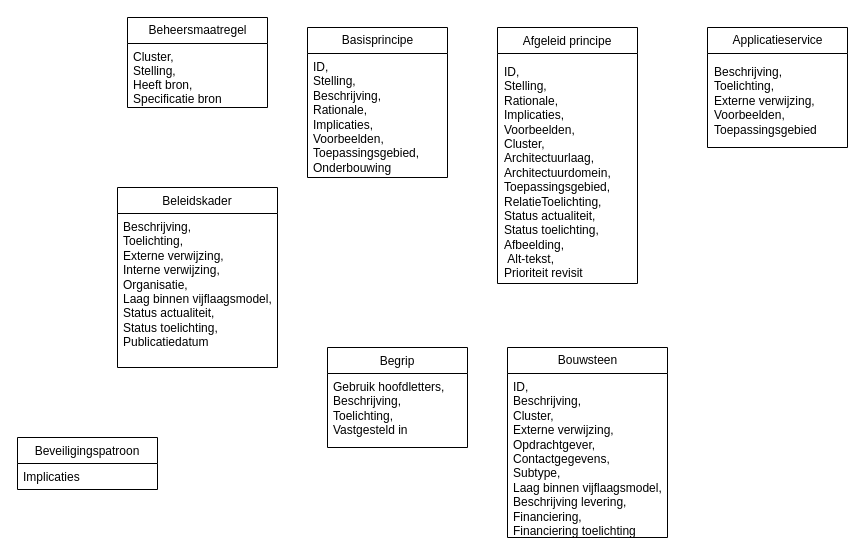
Above: NORMA2020.drawio in djoris/nora (draw.io), before the change. Source tidied: cells renumbered, new cells numbered last; positions are measured from the earlier drawing's top-left corner, leaving out a move shared by most shapes. Both pictures are drawn from the tidied source at 100%, with x=0, y=0 at pixel (17, 17).
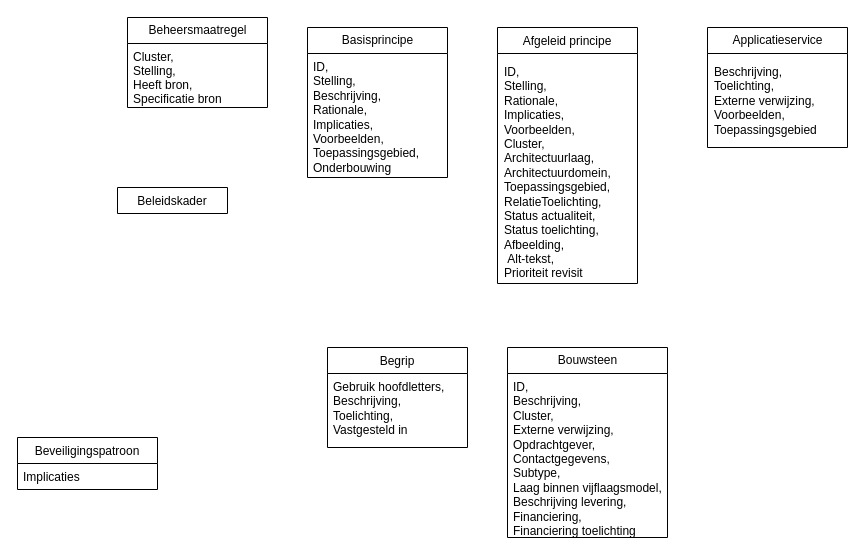
The same diagram, later.

Commit message:
test minimaliseren Beleidskader

Diff of the diagram source:
```diff
@@
 <mxGraphModel background="#ffffff">
   <root>
     <mxCell id="0" />
     <mxCell id="1" parent="0" />
     <mxCell id="2" value="Afgeleid principe" style="swimlane;fontStyle=0;horizontal=1;startSize=26;fillColor=none;" parent="1" vertex="1">
       <mxGeometry x="480" y="10" width="140" height="256" as="geometry" />
     </mxCell>
     <mxCell id="3" value="ID, &#10;Stelling, &#10;Rationale, &#10;Implicaties, &#10;Voorbeelden, &#10;Cluster, &#10;Architectuurlaag, &#10;Architectuurdomein, &#10;Toepassingsgebied, &#10;RelatieToelichting, &#10;Status actualiteit, &#10;Status toelichting, &#10;Afbeelding,&#10; Alt-tekst, &#10;Prioriteit revisit" style="text;whiteSpace=wrap;spacing=7;absoluteArcSize=0;" parent="2" vertex="1">
       <mxGeometry y="26" width="140" height="230" as="geometry" />
     </mxCell>
     <mxCell id="4" value="Applicatieservice" style="swimlane;fontStyle=0;horizontal=1;startSize=26;fillColor=none;html=1;" parent="1" vertex="1">
       <mxGeometry x="690" y="10" width="140" height="120" as="geometry" />
     </mxCell>
     <mxCell id="5" value="Beschrijving, &lt;br&gt;Toelichting, &lt;br&gt;Externe verwijzing, &lt;br&gt;Voorbeelden, &lt;br&gt;Toepassingsgebied" style="text;strokeColor=none;fillColor=none;align=left;verticalAlign=top;overflow=hidden;html=1;spacing=7;" parent="4" vertex="1">
       <mxGeometry y="26" width="140" height="94" as="geometry" />
     </mxCell>
     <mxCell id="6" value="Basisprincipe" style="swimlane;fontStyle=0;horizontal=1;startSize=26;fillColor=none;html=1;" parent="1" vertex="1">
       <mxGeometry x="290" y="10" width="140" height="150" as="geometry" />
     </mxCell>
     <mxCell id="7" value="ID,&amp;nbsp;&lt;br&gt;Stelling,&amp;nbsp;&lt;br&gt;Beschrijving,&amp;nbsp;&lt;br&gt;Rationale,&lt;br&gt;Implicaties,&amp;nbsp;&lt;br&gt;Voorbeelden,&amp;nbsp;&lt;br&gt;Toepassingsgebied,&amp;nbsp;&lt;br&gt;Onderbouwing" style="text;strokeColor=none;fillColor=none;align=left;verticalAlign=top;spacingLeft=4;spacingRight=4;overflow=hidden;fontColor=#000000;html=1;" parent="6" vertex="1">
       <mxGeometry y="26" width="140" height="124" as="geometry" />
     </mxCell>
     <mxCell id="8" value="Begrip" style="swimlane;fontStyle=0;horizontal=1;startSize=26;" parent="1" vertex="1">
       <mxGeometry x="310" y="330" width="140" height="100" as="geometry" />
     </mxCell>
     <mxCell id="9" value="Gebruik hoofdletters,&amp;nbsp;&lt;br&gt;Beschrijving,&amp;nbsp;&lt;br&gt;Toelichting,&amp;nbsp;&lt;br&gt;Vastgesteld in" style="text;strokeColor=none;fillColor=none;align=left;verticalAlign=top;spacingLeft=4;spacingRight=4;overflow=hidden;html=1;" parent="8" vertex="1">
       <mxGeometry y="26" width="140" height="74" as="geometry" />
     </mxCell>
     <mxCell id="10" value="Beheersmaatregel" style="swimlane;fontStyle=0;horizontal=1;startSize=26;fillColor=none;html=1;" parent="1" vertex="1">
       <mxGeometry x="110" width="140" height="90" as="geometry" />
     </mxCell>
     <mxCell id="11" value="Cluster,&#10;Stelling,&#10;Heeft bron,&#10;Specificatie bron" style="text;strokeColor=none;fillColor=none;align=left;verticalAlign=top;spacingLeft=4;spacingRight=4;overflow=hidden;" parent="10" vertex="1">
       <mxGeometry y="26" width="140" height="64" as="geometry" />
     </mxCell>
-    <mxCell id="12" value="Beleidskader" style="swimlane;fontStyle=0;horizontal=1;startSize=26;fillColor=none;" parent="1" vertex="1">
-      <mxGeometry x="100" y="170" width="160" height="180" as="geometry" />
+    <mxCell id="12" value="Beleidskader" style="swimlane;fontStyle=0;horizontal=1;startSize=26;fillColor=none;" parent="1" vertex="1" collapsed="1">
+      <mxGeometry x="100" y="170" width="110" height="26" as="geometry" />
     </mxCell>
-    <mxCell id="13" value="Beschrijving,&lt;br&gt;Toelichting,&lt;br&gt;Externe verwijzing,&lt;br&gt;Interne verwijzing,&amp;nbsp;&lt;br&gt;Organisatie,&amp;nbsp;&lt;br&gt;Laag binnen vijflaagsmodel,&amp;nbsp;&lt;br&gt;Status actualiteit,&amp;nbsp;&lt;br&gt;Status toelichting,&amp;nbsp;&lt;br&gt;Publicatiedatum" style="text;strokeColor=none;fillColor=none;align=left;verticalAlign=top;spacingLeft=4;spacingRight=4;overflow=hidden;html=1;" parent="12" vertex="1">
-      <mxGeometry y="26" width="160" height="154" as="geometry" />
-    </mxCell>
     <mxCell id="14" value="Beveiligingspatroon" style="swimlane;fontStyle=0;horizontal=1;startSize=26;fillColor=none;" parent="1" vertex="1">
       <mxGeometry y="420" width="140" height="52" as="geometry" />
     </mxCell>
     <mxCell id="15" value="Implicaties" style="text;strokeColor=none;fillColor=none;align=left;verticalAlign=top;spacingLeft=4;spacingRight=4;overflow=hidden;html=1;" parent="14" vertex="1">
       <mxGeometry y="26" width="140" height="26" as="geometry" />
     </mxCell>
     <mxCell id="16" value="Bouwsteen" style="swimlane;fontStyle=0;horizontal=1;startSize=26;fillColor=none;html=1;" parent="1" vertex="1">
       <mxGeometry x="490" y="330" width="160" height="190" as="geometry" />
     </mxCell>
     <mxCell id="17" value="ID,&amp;nbsp;&lt;br&gt;Beschrijving,&amp;nbsp;&lt;br&gt;Cluster,&amp;nbsp;&lt;br&gt;Externe verwijzing,&amp;nbsp;&lt;br&gt;Opdrachtgever,&amp;nbsp;&lt;br&gt;Contactgegevens,&amp;nbsp;&lt;br&gt;Subtype,&amp;nbsp;&lt;br&gt;Laag binnen vijflaagsmodel,&amp;nbsp;&lt;br&gt;Beschrijving levering,&amp;nbsp;&lt;br&gt;Financiering,&amp;nbsp;&lt;br&gt;Financiering toelichting" style="text;strokeColor=none;fillColor=none;align=left;verticalAlign=top;spacingLeft=4;spacingRight=4;overflow=hidden;html=1;" parent="16" vertex="1">
       <mxGeometry y="26" width="160" height="164" as="geometry" />
     </mxCell>
   </root>
 </mxGraphModel>
```
